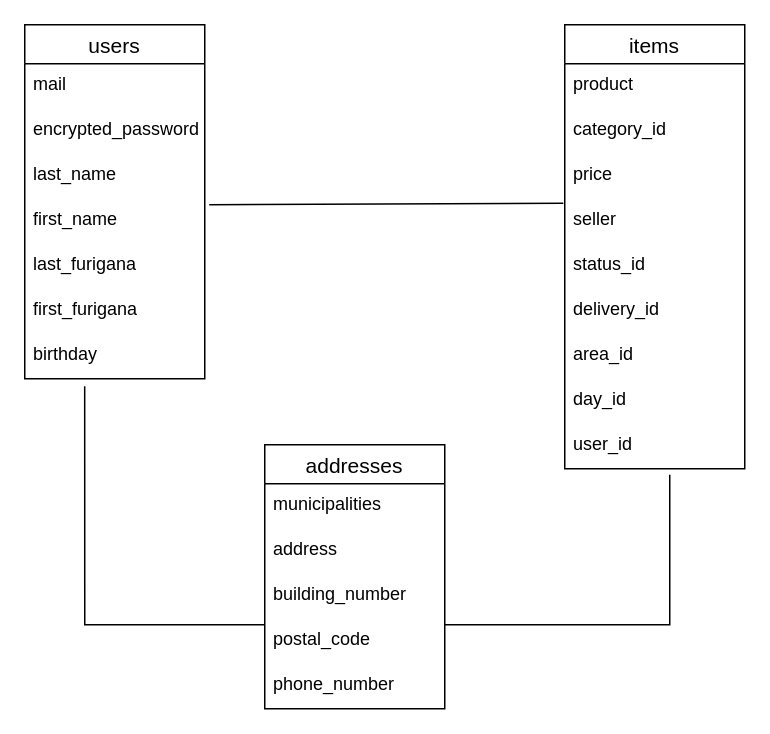
The draw.io diagram test.dio in shoun123/furima-34519, before the edit. Source tidied: cells renumbered, new cells numbered last; positions are measured from the earlier drawing's top-left corner, leaving out a move shared by most shapes. Both pictures are drawn from the tidied source at 150%, with x=0, y=0 at pixel (24, 24).
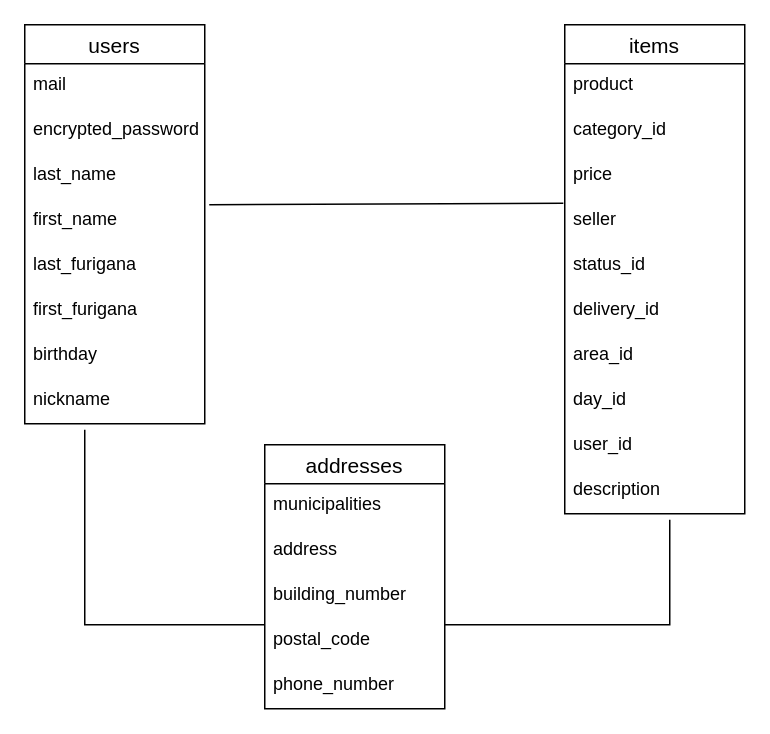
The same diagram, later.

Commit message (it also covers changes not shown here):
データベース設計

Unchanged cells that the change refers to:
```xml
<mxCell id="19" value="birthday" style="text;strokeColor=none;fillColor=none;spacingLeft=4;spacingRight=4;overflow=hidden;points=[[0,0.5],[1,0.5]];portConstraint=eastwest;fontSize=12;" parent="12" vertex="1">
  <mxGeometry y="206" width="120" height="30" as="geometry" />
</mxCell>
```

Diff of the diagram source:
```diff
@@
     <mxCell id="2" value="items" style="swimlane;fontStyle=0;horizontal=1;startSize=26;align=center;fontSize=14;" parent="1" vertex="1">
-      <mxGeometry x="360" width="120" height="296" as="geometry" />
+      <mxGeometry x="360" width="120" height="326" as="geometry" />
     </mxCell>
@@
+    <mxCell id="29" value="description" style="text;strokeColor=none;fillColor=none;spacingLeft=4;spacingRight=4;overflow=hidden;fontSize=12;" parent="2" vertex="1">
+      <mxGeometry y="296" width="120" height="30" as="geometry" />
+    </mxCell>
     <mxCell id="12" value="users" style="swimlane;fontStyle=0;horizontal=1;startSize=26;align=center;fontSize=14;" parent="1" vertex="1">
-      <mxGeometry width="120" height="236" as="geometry" />
+      <mxGeometry width="120" height="266" as="geometry" />
     </mxCell>
@@
+    <mxCell id="30" value="nickname" style="text;strokeColor=none;fillColor=none;spacingLeft=4;spacingRight=4;overflow=hidden;fontSize=12;" parent="12" vertex="1">
+      <mxGeometry y="236" width="120" height="30" as="geometry" />
+    </mxCell>
@@
-    <mxCell id="27" style="endArrow=none;html=1;rounded=0;exitX=0.333;exitY=1.167;exitDx=0;exitDy=0;exitPerimeter=0;" parent="1" edge="1" source="19">
+    <mxCell id="27" style="endArrow=none;html=1;rounded=0;" parent="1" edge="1">
       <mxGeometry relative="1" as="geometry">
+        <mxPoint x="40" y="270" as="sourcePoint" />
         <mxPoint x="160" y="400" as="targetPoint" />
         <Array as="points">
           <mxPoint x="40" y="400" />
         </Array>
       </mxGeometry>
     </mxCell>
     <mxCell id="28" style="endArrow=none;html=1;rounded=0;" parent="1" edge="1">
       <mxGeometry relative="1" as="geometry">
         <mxPoint x="280" y="400" as="sourcePoint" />
-        <mxPoint x="430" y="300" as="targetPoint" />
+        <mxPoint x="430" y="330" as="targetPoint" />
         <Array as="points">
           <mxPoint x="430" y="400" />
         </Array>
       </mxGeometry>
     </mxCell>
```
